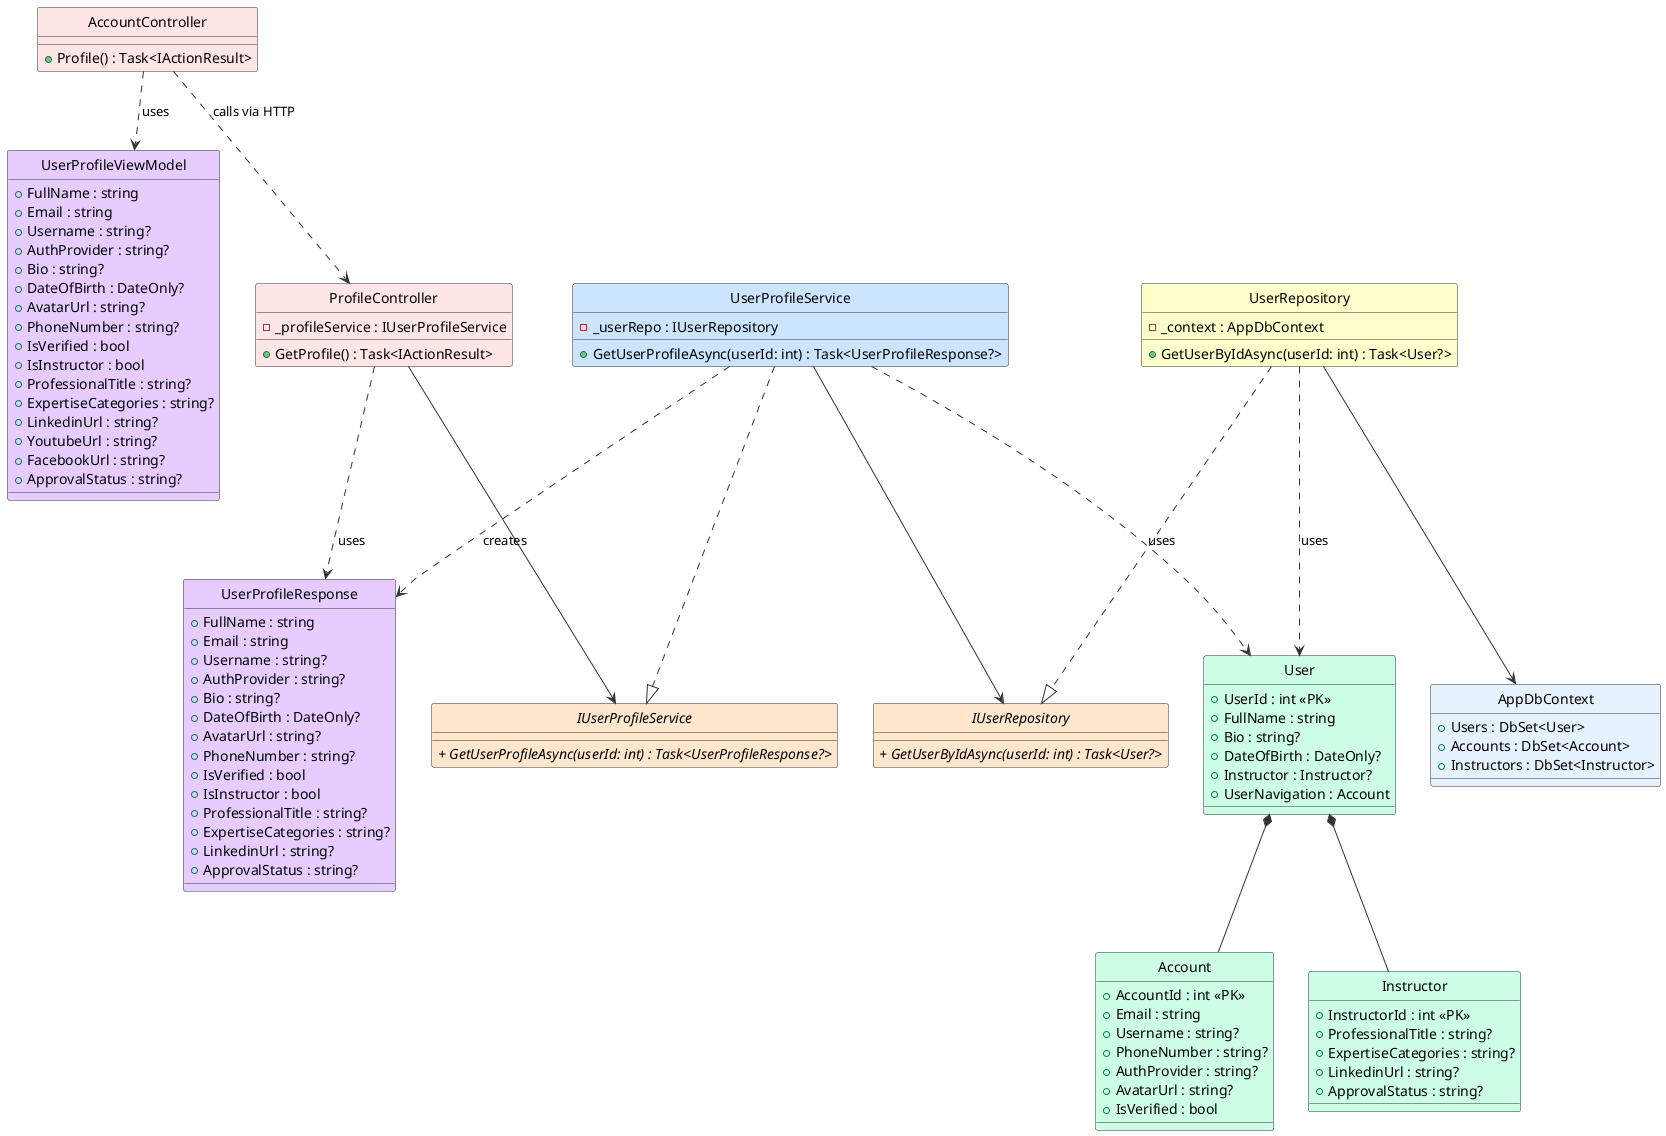
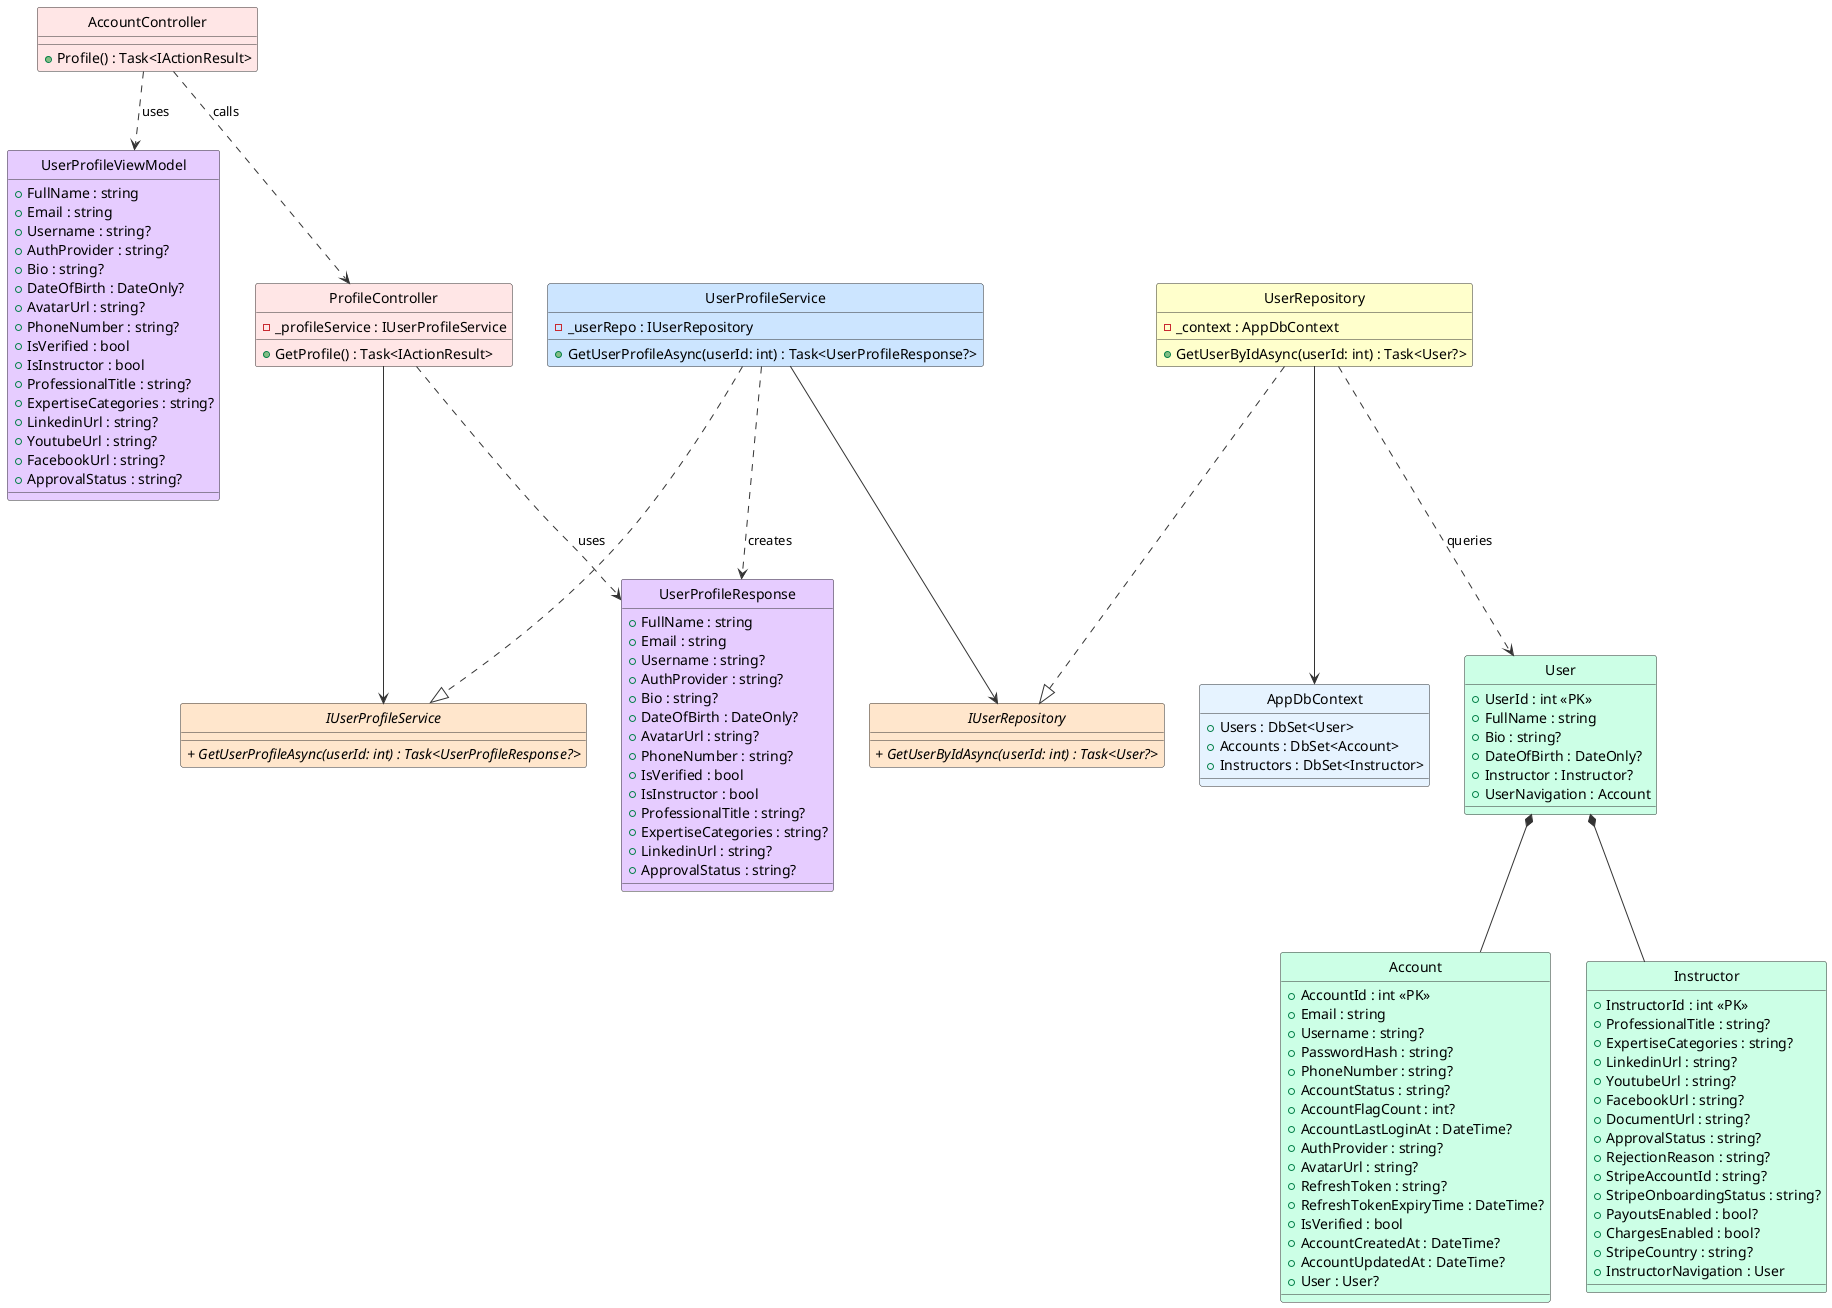
@startuml ViewProfile_ClassDiagram

' Styling & Settings
skinparam style strictuml
skinparam shadowing false
skinparam class {
    BackgroundColor White
    BorderColor #1A73E8
    ArrowColor #5F6368
}

!define ABSTRACT_COLOR #FFE6CC
!define SERVICE_COLOR #CCE5FF
!define DTO_COLOR #E6CCFF
!define ENTITY_COLOR #CCFFE6
!define REPOSITORY_COLOR #FFFFCC
!define CONTROLLER_COLOR #FFE6E6
- !define DbContext #E6F3FF

skinparam backgroundColor #FFFFFF
skinparam classBackgroundColor #F9F9F9
skinparam classBorderColor #333333
skinparam arrowColor #333333

' ==================== FRONTEND ====================

class "AccountController" as AccountControllerFE #FFE6E6 {
    + Profile() : Task<IActionResult>
}

class UserProfileViewModel #E6CCFF {
    + FullName : string
    + Email : string
    + Username : string?
    + AuthProvider : string?
    + Bio : string?
    + DateOfBirth : DateOnly?
    + AvatarUrl : string?
    + PhoneNumber : string?
    + IsVerified : bool
    + IsInstructor : bool
    + ProfessionalTitle : string?
    + ExpertiseCategories : string?
    + LinkedinUrl : string?
    + YoutubeUrl : string?
    + FacebookUrl : string?
    + ApprovalStatus : string?
}

' ==================== BACKEND - CONTROLLER ====================

class "ProfileController" as ProfileControllerBE #FFE6E6 {
    - _profileService : IUserProfileService
    + GetProfile() : Task<IActionResult>
}

' ==================== BACKEND - DTOs ====================

class UserProfileResponse #E6CCFF {
    + FullName : string
    + Email : string
    + Username : string?
    + AuthProvider : string?
    + Bio : string?
    + DateOfBirth : DateOnly?
    + AvatarUrl : string?
    + PhoneNumber : string?
    + IsVerified : bool
    + IsInstructor : bool
    + ProfessionalTitle : string?
    + ExpertiseCategories : string?
    + LinkedinUrl : string?
    + ApprovalStatus : string?
}

' ==================== BACKEND - DOMAIN ENTITIES ====================

class User #CCFFE6 {
    + UserId : int <<PK>>
    + FullName : string
    + Bio : string?
    + DateOfBirth : DateOnly?
    + Instructor : Instructor?
    + UserNavigation : Account
}

class Account #CCFFE6 {
    + AccountId : int <<PK>>
    + Email : string
    + Username : string?
+     + PasswordHash : string?
    + PhoneNumber : string?
+     + AccountStatus : string?
+     + AccountFlagCount : int?
+     + AccountLastLoginAt : DateTime?
    + AuthProvider : string?
    + AvatarUrl : string?
+     + RefreshToken : string?
+     + RefreshTokenExpiryTime : DateTime?
    + IsVerified : bool
+     + AccountCreatedAt : DateTime?
+     + AccountUpdatedAt : DateTime?
+     + User : User?
}

class Instructor #CCFFE6 {
    + InstructorId : int <<PK>>
    + ProfessionalTitle : string?
    + ExpertiseCategories : string?
    + LinkedinUrl : string?
+     + YoutubeUrl : string?
+     + FacebookUrl : string?
+     + DocumentUrl : string?
    + ApprovalStatus : string?
+     + RejectionReason : string?
+     + StripeAccountId : string?
+     + StripeOnboardingStatus : string?
+     + PayoutsEnabled : bool?
+     + ChargesEnabled : bool?
+     + StripeCountry : string?
+     + InstructorNavigation : User
}

' ==================== BACKEND - SERVICE INTERFACES ====================

interface IUserProfileService #FFE6CC {
    //+ GetUserProfileAsync(userId: int) : Task<UserProfileResponse?>//
}

' ==================== BACKEND - REPOSITORY INTERFACES ====================

interface IUserRepository #FFE6CC {
    //+ GetUserByIdAsync(userId: int) : Task<User?>//
}

' ==================== BACKEND - SERVICE IMPLEMENTATION ====================

class UserProfileService #CCE5FF {
    - _userRepo : IUserRepository
    + GetUserProfileAsync(userId: int) : Task<UserProfileResponse?>
}

' ==================== BACKEND - REPOSITORY IMPLEMENTATION ====================

class UserRepository #FFFFCC {
    - _context : AppDbContext
    + GetUserByIdAsync(userId: int) : Task<User?>
}

' ==================== BACKEND - DbContext ====================

class AppDbContext #E6F3FF {
    + Users : DbSet<User>
    + Accounts : DbSet<Account>
    + Instructors : DbSet<Instructor>
}

' ==================== RELATIONSHIPS ====================

- ' === COMPOSITION ===
+ ' === COMPOSITION (filled diamond) ===
User *-- Account
User *-- Instructor

- ' === UNIDIRECTIONAL ASSOCIATION ===
+ ' === UNIDIRECTIONAL ASSOCIATION (solid arrow) ===
ProfileControllerBE --> IUserProfileService
UserProfileService --> IUserRepository
UserRepository --> AppDbContext

' === INTERFACE REALIZATION ===
UserProfileService ..|> IUserProfileService
UserRepository ..|> IUserRepository

- ' === DEPENDENCY ===
- AccountControllerFE ..> ProfileControllerBE : calls via HTTP
+ ' === DEPENDENCY (dashed arrows) ===
+ AccountControllerFE ..> ProfileControllerBE : calls
AccountControllerFE ..> UserProfileViewModel : uses
ProfileControllerBE ..> UserProfileResponse : uses
UserProfileService ..> UserProfileResponse : creates
- UserProfileService ..> User : uses
- UserRepository ..> User : uses
+ UserRepository ..> User : queries

@enduml
